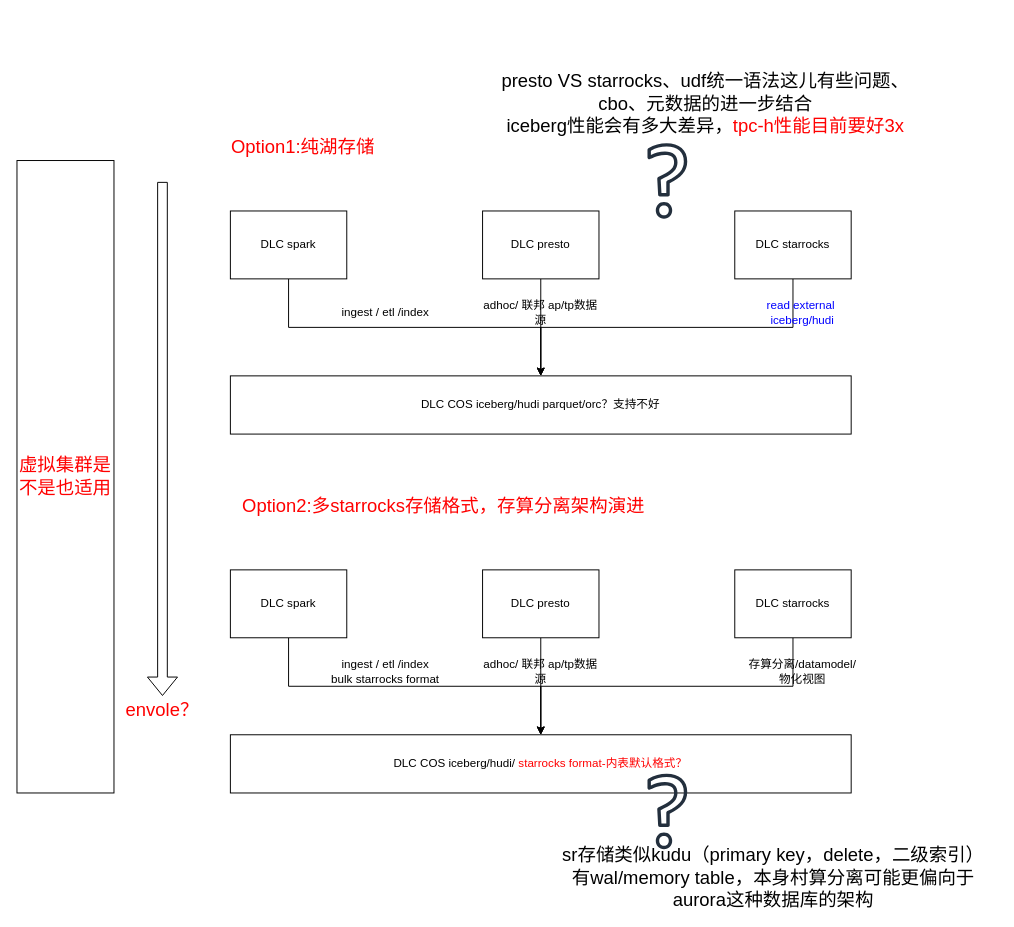
yuhuali1989/ui keeps this draw.io diagram as DLC+starrocks.drawio. Above is the earlier version. Source tidied: cells renumbered, new cells numbered last; positions are measured from the earlier drawing's top-left corner, leaving out a move shared by most shapes. Both pictures are drawn from the tidied source at 97%, with x=0, y=0 at pixel (16, 75).
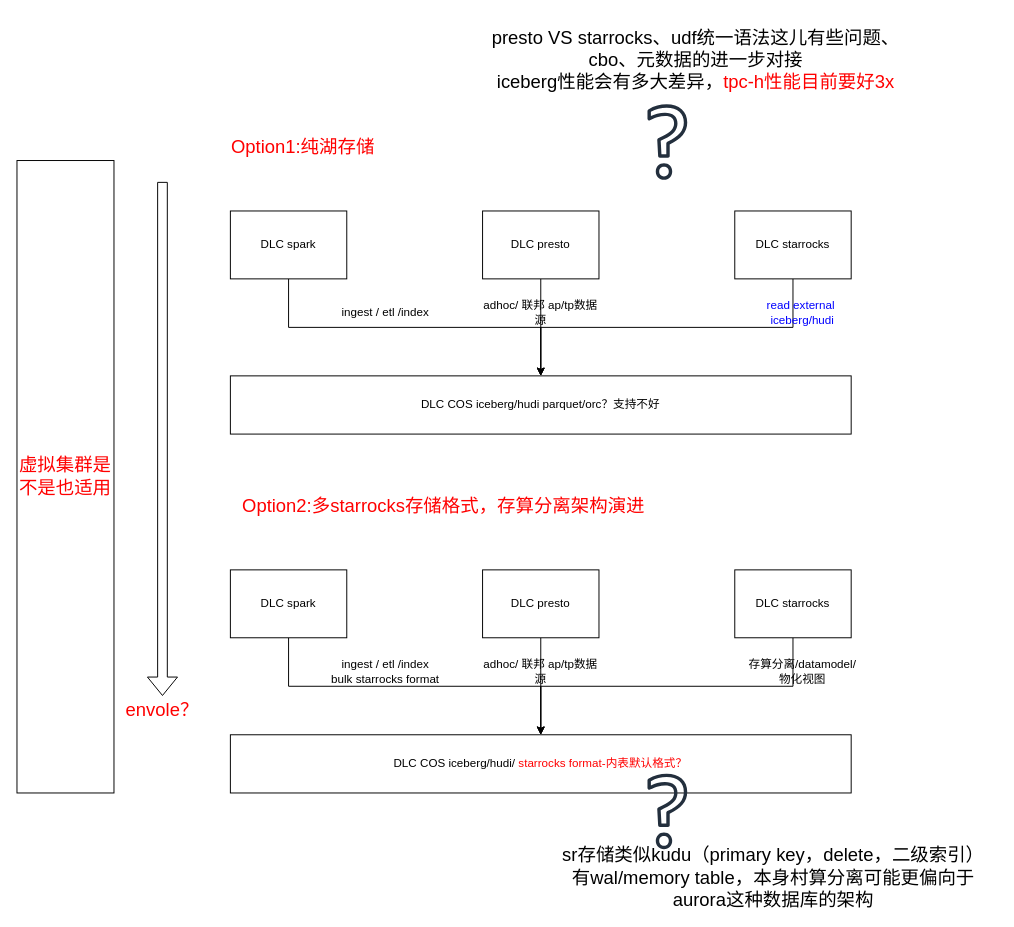
The same page after the edit.

The edit, as a diff of the source:
```diff
@@
     <mxCell id="13" style="sketch=0;fontColor=#232F3E;gradientColor=none;fillColor=#232F3D;strokeColor=none;dashed=0;verticalLabelPosition=bottom;verticalAlign=top;align=center;html=1;fontSize=12;fontStyle=0;shape=mxgraph.aws4.question;" parent="1" vertex="1">
-      <mxGeometry x="650" y="70" width="41" height="78" as="geometry" />
+      <mxGeometry x="650" y="30" width="41" height="78" as="geometry" />
     </mxCell>
-    <mxCell id="14" value="presto VS starrocks、udf统一语法这儿有些问题、cbo、元数据的进一步结合&lt;br&gt;iceberg性能会有多大差异，&lt;font color=&quot;#ff0000&quot;&gt;tpc-h性能目前要好3x&lt;/font&gt;" style="text;html=1;strokeColor=none;fillColor=none;align=center;verticalAlign=middle;whiteSpace=wrap;rounded=0;fontSize=19;" parent="1" vertex="1">
-      <mxGeometry x="490" width="440" height="60" as="geometry" />
+    <mxCell id="14" value="presto VS starrocks、udf统一语法这儿有些问题、cbo、元数据的进一步对接&lt;br&gt;iceberg性能会有多大差异，&lt;font color=&quot;#ff0000&quot;&gt;tpc-h性能目前要好3x&lt;br&gt;&lt;/font&gt;" style="text;html=1;strokeColor=none;fillColor=none;align=center;verticalAlign=middle;whiteSpace=wrap;rounded=0;fontSize=19;" parent="1" vertex="1">
+      <mxGeometry x="480" y="-60" width="440" height="90" as="geometry" />
     </mxCell>
```
